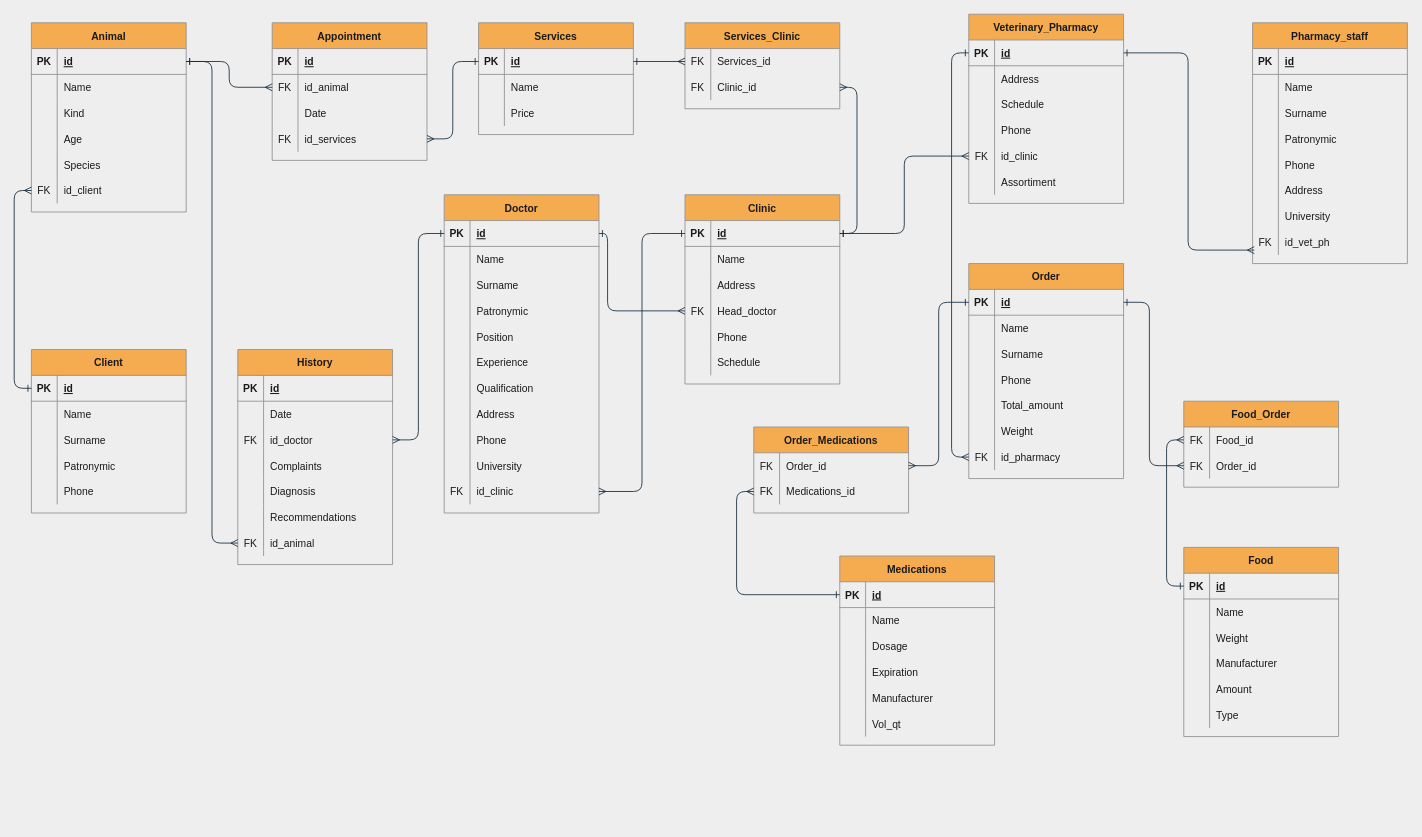
Before: Untitled Diagram.drawio in 21shunya/vet, a draw.io diagram. Source tidied: cells renumbered, new cells numbered last; positions are measured from the earlier drawing's top-left corner, leaving out a move shared by most shapes. Both pictures are drawn from the tidied source at 86%, with x=0, y=0 at pixel (31, 14).
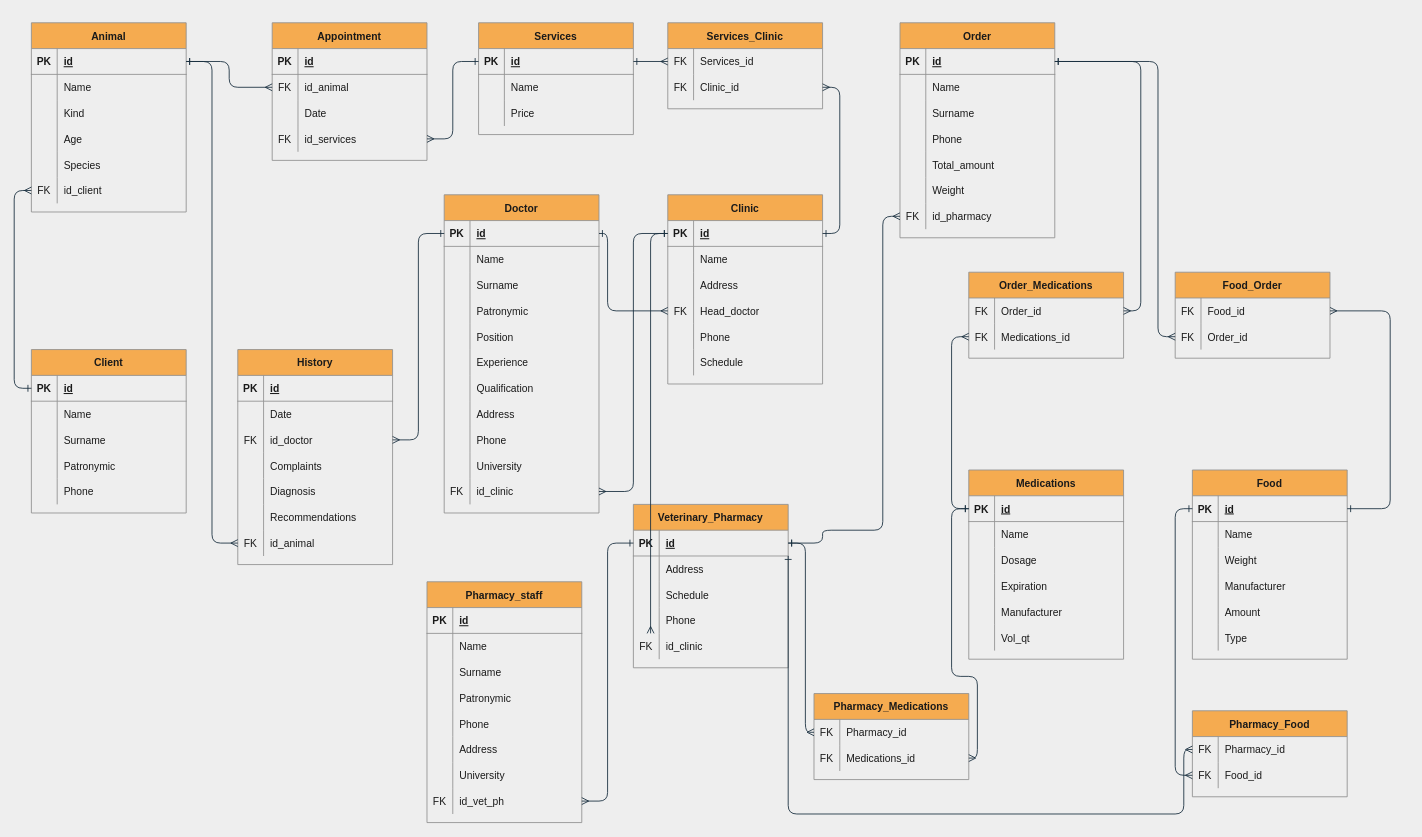
Above is the later version.

The change refers to these unchanged cells:
```xml
<mxCell id="94" style="shape=partialRectangle;fillColor=none;top=0;left=0;bottom=1;right=0;points=[[0,0.5],[1,0.5]];portConstraint=eastwest;strokeColor=#909090;fontColor=#1A1A1A;" parent="93" vertex="1">
  <mxGeometry y="30" width="180" height="30" as="geometry" />
</mxCell>
<mxCell id="143" style="shape=partialRectangle;fillColor=none;top=0;left=0;bottom=0;right=0;points=[[0,0.5],[1,0.5]];portConstraint=eastwest;strokeColor=#909090;fontColor=#1A1A1A;" parent="142" vertex="1">
  <mxGeometry y="30" width="180" height="30" as="geometry" />
</mxCell>
<mxCell id="150" style="shape=partialRectangle;fillColor=none;top=0;left=0;bottom=1;right=0;points=[[0,0.5],[1,0.5]];portConstraint=eastwest;strokeColor=#909090;fontColor=#1A1A1A;" parent="149" vertex="1">
  <mxGeometry y="30" width="180" height="30" as="geometry" />
</mxCell>
<mxCell id="162" style="shape=partialRectangle;fillColor=none;top=0;left=0;bottom=0;right=0;points=[[0,0.5],[1,0.5]];portConstraint=eastwest;strokeColor=#909090;fontColor=#1A1A1A;" parent="149" vertex="1">
  <mxGeometry y="150" width="180" height="30" as="geometry" />
</mxCell>
<mxCell id="169" style="shape=partialRectangle;fillColor=none;top=0;left=0;bottom=0;right=0;points=[[0,0.5],[1,0.5]];portConstraint=eastwest;strokeColor=#909090;fontColor=#1A1A1A;" parent="168" vertex="1">
  <mxGeometry y="30" width="180" height="30" as="geometry" />
</mxCell>
<mxCell id="172" style="shape=partialRectangle;fillColor=none;top=0;left=0;bottom=0;right=0;points=[[0,0.5],[1,0.5]];portConstraint=eastwest;strokeColor=#909090;fontColor=#1A1A1A;" parent="168" vertex="1">
  <mxGeometry y="60" width="180" height="30" as="geometry" />
</mxCell>
<mxCell id="197" style="shape=partialRectangle;fillColor=none;top=0;left=0;bottom=0;right=0;points=[[0,0.5],[1,0.5]];portConstraint=eastwest;strokeColor=#909090;fontColor=#1A1A1A;" parent="175" vertex="1">
  <mxGeometry y="240" width="180" height="30" as="geometry" />
</mxCell>
<mxCell id="201" style="shape=partialRectangle;fillColor=none;top=0;left=0;bottom=1;right=0;points=[[0,0.5],[1,0.5]];portConstraint=eastwest;strokeColor=#909090;fontColor=#1A1A1A;" parent="200" vertex="1">
  <mxGeometry y="30" width="180" height="30" as="geometry" />
</mxCell>
<mxCell id="219" style="shape=partialRectangle;fillColor=none;top=0;left=0;bottom=0;right=0;points=[[0,0.5],[1,0.5]];portConstraint=eastwest;strokeColor=#909090;fontColor=#1A1A1A;" parent="200" vertex="1">
  <mxGeometry y="210" width="180" height="30" as="geometry" />
</mxCell>
<mxCell id="223" style="shape=partialRectangle;fillColor=none;top=0;left=0;bottom=1;right=0;points=[[0,0.5],[1,0.5]];portConstraint=eastwest;strokeColor=#909090;fontColor=#1A1A1A;" parent="222" vertex="1">
  <mxGeometry y="30" width="180" height="30" as="geometry" />
</mxCell>
<mxCell id="253" style="shape=partialRectangle;fillColor=none;top=0;left=0;bottom=1;right=0;points=[[0,0.5],[1,0.5]];portConstraint=eastwest;strokeColor=#909090;fontColor=#1A1A1A;" parent="252" vertex="1">
  <mxGeometry y="30" width="180" height="30" as="geometry" />
</mxCell>
```

What changed in the source:
```diff
@@
     <mxCell id="93" value="Clinic" style="shape=table;startSize=30;childLayout=tableLayout;rowLines=0;fontStyle=1;align=center;fillColor=#F5AB50;strokeColor=#909090;fontColor=#1A1A1A;" parent="1" vertex="1">
-      <mxGeometry x="760" y="210" width="180" height="220" as="geometry" />
+      <mxGeometry x="740" y="210" width="180" height="220" as="geometry" />
     </mxCell>
@@
     <mxCell id="112" value="Services_Clinic" style="shape=table;startSize=30;childLayout=tableLayout;rowLines=0;fontStyle=1;align=center;fillColor=#F5AB50;strokeColor=#909090;fontColor=#1A1A1A;" parent="1" vertex="1">
-      <mxGeometry x="760" y="10" width="180" height="100" as="geometry" />
+      <mxGeometry x="740" y="10" width="180" height="100" as="geometry" />
     </mxCell>
@@
     <mxCell id="142" value="Order_Medications" style="shape=table;startSize=30;childLayout=tableLayout;rowLines=0;fontStyle=1;align=center;fillColor=#F5AB50;strokeColor=#909090;fontColor=#1A1A1A;" parent="1" vertex="1">
-      <mxGeometry x="840" y="480" width="180" height="100" as="geometry" />
+      <mxGeometry x="1090" y="300" width="180" height="100" as="geometry" />
     </mxCell>
@@
     <mxCell id="149" value="Veterinary_Pharmacy" style="shape=table;startSize=30;childLayout=tableLayout;rowLines=0;fontStyle=1;align=center;fillColor=#F5AB50;strokeColor=#909090;fontColor=#1A1A1A;" parent="1" vertex="1">
-      <mxGeometry x="1090" width="180" height="220" as="geometry" />
+      <mxGeometry x="700" y="570" width="180" height="190" as="geometry" />
     </mxCell>
@@
-    <mxCell id="165" style="shape=partialRectangle;fillColor=none;top=0;left=0;bottom=0;right=0;strokeColor=#909090;fontColor=#1A1A1A;" parent="149" vertex="1">
-      <mxGeometry y="180" width="180" height="30" as="geometry" />
-    </mxCell>
-    <mxCell id="166" style="shape=partialRectangle;fillColor=none;top=0;left=0;bottom=0;right=0;overflow=hidden;strokeColor=#909090;fontColor=#1A1A1A;" parent="165" vertex="1">
-      <mxGeometry width="30" height="30" as="geometry" />
-    </mxCell>
-    <mxCell id="167" value="Assortiment" style="shape=partialRectangle;fillColor=none;top=0;left=0;bottom=0;right=0;align=left;spacingLeft=6;overflow=hidden;strokeColor=#909090;fontColor=#1A1A1A;" parent="165" vertex="1">
-      <mxGeometry x="30" width="150" height="30" as="geometry" />
-    </mxCell>
     <mxCell id="168" value="Food_Order" style="shape=table;startSize=30;childLayout=tableLayout;rowLines=0;fontStyle=1;align=center;fillColor=#F5AB50;strokeColor=#909090;fontColor=#1A1A1A;" parent="1" vertex="1">
-      <mxGeometry x="1340" y="450" width="180" height="100" as="geometry" />
+      <mxGeometry x="1330" y="300" width="180" height="100" as="geometry" />
     </mxCell>
@@
     <mxCell id="175" value="Pharmacy_staff" style="shape=table;startSize=30;childLayout=tableLayout;rowLines=0;fontStyle=1;align=center;fillColor=#F5AB50;strokeColor=#909090;fontColor=#1A1A1A;" parent="1" vertex="1">
-      <mxGeometry x="1420" y="10" width="180" height="280" as="geometry" />
+      <mxGeometry x="460" y="660" width="180" height="280" as="geometry" />
     </mxCell>
@@
     <mxCell id="200" value="Order" style="shape=table;startSize=30;childLayout=tableLayout;rowLines=0;fontStyle=1;align=center;fillColor=#F5AB50;strokeColor=#909090;fontColor=#1A1A1A;" parent="1" vertex="1">
-      <mxGeometry x="1090" y="290" width="180" height="250" as="geometry" />
+      <mxGeometry x="1010" y="10" width="180" height="250" as="geometry" />
     </mxCell>
@@
     <mxCell id="222" value="Food" style="shape=table;startSize=30;childLayout=tableLayout;rowLines=0;fontStyle=1;align=center;fillColor=#F5AB50;strokeColor=#909090;fontColor=#1A1A1A;" parent="1" vertex="1">
-      <mxGeometry x="1340" y="620" width="180" height="220" as="geometry" />
+      <mxGeometry x="1350" y="530" width="180" height="220" as="geometry" />
     </mxCell>
@@
     <mxCell id="250" style="edgeStyle=orthogonalEdgeStyle;curved=0;rounded=1;sketch=0;jettySize=auto;html=1;fontColor=#1A1A1A;startArrow=ERone;startFill=0;endArrow=ERmany;endFill=0;strokeColor=#182E3E;" parent="1" edge="1" source="94" target="162">
-      <mxGeometry relative="1" as="geometry" />
+      <mxGeometry relative="1" as="geometry">
+        <Array as="points">
+          <mxPoint x="720" y="255" />
+          <mxPoint x="720" y="735" />
+        </Array>
+      </mxGeometry>
     </mxCell>
-    <mxCell id="251" style="edgeStyle=orthogonalEdgeStyle;curved=0;rounded=1;sketch=0;jettySize=auto;html=1;entryX=0.011;entryY=0.811;entryDx=0;entryDy=0;entryPerimeter=0;fontColor=#1A1A1A;startArrow=ERone;startFill=0;endArrow=ERmany;endFill=0;strokeColor=#182E3E;" parent="1" edge="1" source="150" target="197">
+    <mxCell id="251" style="edgeStyle=orthogonalEdgeStyle;curved=0;rounded=1;sketch=0;jettySize=auto;html=1;fontColor=#1A1A1A;startArrow=ERone;startFill=0;endArrow=ERmany;endFill=0;strokeColor=#182E3E;" parent="1" edge="1" source="150" target="197">
       <mxGeometry relative="1" as="geometry" />
     </mxCell>
     <mxCell id="252" value="Medications" style="shape=table;startSize=30;childLayout=tableLayout;rowLines=0;fontStyle=1;align=center;fillColor=#F5AB50;strokeColor=#909090;fontColor=#1A1A1A;" parent="1" vertex="1">
-      <mxGeometry x="940" y="630" width="180" height="220" as="geometry" />
+      <mxGeometry x="1090" y="530" width="180" height="220" as="geometry" />
     </mxCell>
@@
-    <mxCell id="271" style="edgeStyle=orthogonalEdgeStyle;curved=0;rounded=1;sketch=0;jettySize=auto;html=1;entryX=0;entryY=0.5;entryDx=0;entryDy=0;fontColor=#1A1A1A;startArrow=ERone;startFill=0;endArrow=ERmany;endFill=0;strokeColor=#182E3E;" parent="1" edge="1" source="201" target="172">
-      <mxGeometry relative="1" as="geometry">
-        <Array as="points">
-          <mxPoint x="1300" y="335" />
-          <mxPoint x="1300" y="525" />
-        </Array>
-      </mxGeometry>
-    </mxCell>
-    <mxCell id="272" style="edgeStyle=orthogonalEdgeStyle;curved=0;rounded=1;sketch=0;jettySize=auto;html=1;entryX=1;entryY=0.5;entryDx=0;entryDy=0;fontColor=#1A1A1A;startArrow=ERone;startFill=0;endArrow=ERmany;endFill=0;strokeColor=#182E3E;" parent="1" edge="1" source="201" target="143">
-      <mxGeometry relative="1" as="geometry" />
+    <mxCell id="272" style="edgeStyle=orthogonalEdgeStyle;curved=0;rounded=1;sketch=0;jettySize=auto;html=1;fontColor=#1A1A1A;startArrow=ERone;startFill=0;endArrow=ERmany;endFill=0;strokeColor=#182E3E;" parent="1" edge="1" source="201" target="143">
+      <mxGeometry relative="1" as="geometry">
+        <Array as="points">
+          <mxPoint x="1290" y="55" />
+          <mxPoint x="1290" y="345" />
+        </Array>
+      </mxGeometry>
     </mxCell>
-    <mxCell id="273" style="edgeStyle=orthogonalEdgeStyle;curved=0;rounded=1;sketch=0;jettySize=auto;html=1;entryX=0;entryY=0.5;entryDx=0;entryDy=0;fontColor=#1A1A1A;startArrow=ERone;startFill=0;endArrow=ERmany;endFill=0;strokeColor=#182E3E;" parent="1" edge="1" source="223" target="169">
-      <mxGeometry relative="1" as="geometry" />
+    <mxCell id="273" style="edgeStyle=orthogonalEdgeStyle;curved=0;rounded=1;sketch=0;jettySize=auto;html=1;entryX=1;entryY=0.5;entryDx=0;entryDy=0;fontColor=#1A1A1A;startArrow=ERone;startFill=0;endArrow=ERmany;endFill=0;strokeColor=#182E3E;" parent="1" edge="1" source="223" target="169">
+      <mxGeometry relative="1" as="geometry">
+        <Array as="points">
+          <mxPoint x="1580" y="575" />
+          <mxPoint x="1580" y="345" />
+        </Array>
+      </mxGeometry>
     </mxCell>
@@
     <mxCell id="275" style="edgeStyle=orthogonalEdgeStyle;curved=0;rounded=1;sketch=0;jettySize=auto;html=1;fontColor=#1A1A1A;startArrow=ERone;startFill=0;endArrow=ERmany;endFill=0;strokeColor=#182E3E;entryX=0;entryY=0.5;entryDx=0;entryDy=0;" parent="1" edge="1" source="150" target="219">
-      <mxGeometry relative="1" as="geometry" />
+      <mxGeometry relative="1" as="geometry">
+        <Array as="points">
+          <mxPoint x="920" y="615" />
+          <mxPoint x="920" y="600" />
+          <mxPoint x="990" y="600" />
+          <mxPoint x="990" y="235" />
+        </Array>
+      </mxGeometry>
     </mxCell>
+    <mxCell id="276" value="Pharmacy_Food" style="shape=table;startSize=30;childLayout=tableLayout;rowLines=0;fontStyle=1;align=center;fillColor=#F5AB50;strokeColor=#909090;fontColor=#1A1A1A;" parent="1" vertex="1">
+      <mxGeometry x="1350" y="810" width="180" height="100" as="geometry" />
+    </mxCell>
+    <mxCell id="277" style="shape=partialRectangle;fillColor=none;top=0;left=0;bottom=0;right=0;points=[[0,0.5],[1,0.5]];portConstraint=eastwest;strokeColor=#909090;fontColor=#1A1A1A;" parent="276" vertex="1">
+      <mxGeometry y="30" width="180" height="30" as="geometry" />
+    </mxCell>
+    <mxCell id="278" value="FK" style="shape=partialRectangle;fillColor=none;top=0;left=0;bottom=0;right=0;overflow=hidden;strokeColor=#909090;fontColor=#1A1A1A;" parent="277" vertex="1">
+      <mxGeometry width="30" height="30" as="geometry" />
+    </mxCell>
+    <mxCell id="279" value="Pharmacy_id" style="shape=partialRectangle;fillColor=none;top=0;left=0;bottom=0;right=0;align=left;spacingLeft=6;overflow=hidden;strokeColor=#909090;fontColor=#1A1A1A;" parent="277" vertex="1">
+      <mxGeometry x="30" width="150" height="30" as="geometry" />
+    </mxCell>
+    <mxCell id="280" style="shape=partialRectangle;fillColor=none;top=0;left=0;bottom=0;right=0;points=[[0,0.5],[1,0.5]];portConstraint=eastwest;strokeColor=#909090;fontColor=#1A1A1A;" parent="276" vertex="1">
+      <mxGeometry y="60" width="180" height="30" as="geometry" />
+    </mxCell>
+    <mxCell id="281" value="FK" style="shape=partialRectangle;fillColor=none;top=0;left=0;bottom=0;right=0;overflow=hidden;strokeColor=#909090;fontColor=#1A1A1A;" parent="280" vertex="1">
+      <mxGeometry width="30" height="30" as="geometry" />
+    </mxCell>
+    <mxCell id="282" value="Food_id" style="shape=partialRectangle;fillColor=none;top=0;left=0;bottom=0;right=0;align=left;spacingLeft=6;overflow=hidden;strokeColor=#909090;fontColor=#1A1A1A;" parent="280" vertex="1">
+      <mxGeometry x="30" width="150" height="30" as="geometry" />
+    </mxCell>
+    <mxCell id="283" value="Pharmacy_Medications" style="shape=table;startSize=30;childLayout=tableLayout;rowLines=0;fontStyle=1;align=center;fillColor=#F5AB50;strokeColor=#909090;fontColor=#1A1A1A;" parent="1" vertex="1">
+      <mxGeometry x="910" y="790" width="180" height="100" as="geometry" />
+    </mxCell>
+    <mxCell id="284" style="shape=partialRectangle;fillColor=none;top=0;left=0;bottom=0;right=0;points=[[0,0.5],[1,0.5]];portConstraint=eastwest;strokeColor=#909090;fontColor=#1A1A1A;" parent="283" vertex="1">
+      <mxGeometry y="30" width="180" height="30" as="geometry" />
+    </mxCell>
+    <mxCell id="285" value="FK" style="shape=partialRectangle;fillColor=none;top=0;left=0;bottom=0;right=0;overflow=hidden;strokeColor=#909090;fontColor=#1A1A1A;" parent="284" vertex="1">
+      <mxGeometry width="30" height="30" as="geometry" />
+    </mxCell>
+    <mxCell id="286" value="Pharmacy_id" style="shape=partialRectangle;fillColor=none;top=0;left=0;bottom=0;right=0;align=left;spacingLeft=6;overflow=hidden;strokeColor=#909090;fontColor=#1A1A1A;" parent="284" vertex="1">
+      <mxGeometry x="30" width="150" height="30" as="geometry" />
+    </mxCell>
+    <mxCell id="287" style="shape=partialRectangle;fillColor=none;top=0;left=0;bottom=0;right=0;points=[[0,0.5],[1,0.5]];portConstraint=eastwest;strokeColor=#909090;fontColor=#1A1A1A;" parent="283" vertex="1">
+      <mxGeometry y="60" width="180" height="30" as="geometry" />
+    </mxCell>
+    <mxCell id="288" value="FK" style="shape=partialRectangle;fillColor=none;top=0;left=0;bottom=0;right=0;overflow=hidden;strokeColor=#909090;fontColor=#1A1A1A;" parent="287" vertex="1">
+      <mxGeometry width="30" height="30" as="geometry" />
+    </mxCell>
+    <mxCell id="289" value="Medications_id" style="shape=partialRectangle;fillColor=none;top=0;left=0;bottom=0;right=0;align=left;spacingLeft=6;overflow=hidden;strokeColor=#909090;fontColor=#1A1A1A;" parent="287" vertex="1">
+      <mxGeometry x="30" width="150" height="30" as="geometry" />
+    </mxCell>
+    <mxCell id="290" style="edgeStyle=orthogonalEdgeStyle;curved=0;rounded=1;sketch=0;jettySize=auto;html=1;entryX=0;entryY=0.5;entryDx=0;entryDy=0;fontColor=#1A1A1A;startArrow=ERone;startFill=0;endArrow=ERmany;endFill=0;strokeColor=#182E3E;" parent="1" edge="1" source="150" target="284">
+      <mxGeometry relative="1" as="geometry">
+        <Array as="points">
+          <mxPoint x="900" y="615" />
+          <mxPoint x="900" y="835" />
+        </Array>
+      </mxGeometry>
+    </mxCell>
+    <mxCell id="291" style="edgeStyle=orthogonalEdgeStyle;curved=0;rounded=1;sketch=0;jettySize=auto;html=1;entryX=0;entryY=0.5;entryDx=0;entryDy=0;fontColor=#1A1A1A;startArrow=ERone;startFill=0;endArrow=ERmany;endFill=0;strokeColor=#182E3E;" parent="1" edge="1" source="223" target="280">
+      <mxGeometry relative="1" as="geometry" />
+    </mxCell>
+    <mxCell id="271" style="edgeStyle=orthogonalEdgeStyle;curved=0;rounded=1;sketch=0;jettySize=auto;html=1;entryX=0;entryY=0.5;entryDx=0;entryDy=0;fontColor=#1A1A1A;startArrow=ERone;startFill=0;endArrow=ERmany;endFill=0;strokeColor=#182E3E;" parent="1" edge="1" source="201" target="172">
+      <mxGeometry relative="1" as="geometry">
+        <Array as="points">
+          <mxPoint x="1310" y="55" />
+          <mxPoint x="1310" y="375" />
+        </Array>
+      </mxGeometry>
+    </mxCell>
+    <mxCell id="292" style="edgeStyle=orthogonalEdgeStyle;curved=0;rounded=1;sketch=0;jettySize=auto;html=1;entryX=0;entryY=0.5;entryDx=0;entryDy=0;fontColor=#1A1A1A;startArrow=ERone;startFill=0;endArrow=ERmany;endFill=0;strokeColor=#182E3E;" parent="1" edge="1" source="150" target="277">
+      <mxGeometry relative="1" as="geometry">
+        <Array as="points">
+          <mxPoint x="880" y="930" />
+          <mxPoint x="1340" y="930" />
+          <mxPoint x="1340" y="855" />
+        </Array>
+      </mxGeometry>
+    </mxCell>
+    <mxCell id="293" style="edgeStyle=orthogonalEdgeStyle;curved=0;rounded=1;sketch=0;jettySize=auto;html=1;fontColor=#1A1A1A;startArrow=ERone;startFill=0;endArrow=ERmany;endFill=0;strokeColor=#182E3E;" parent="1" edge="1" source="253" target="287">
+      <mxGeometry relative="1" as="geometry">
+        <Array as="points">
+          <mxPoint x="1070" y="575" />
+          <mxPoint x="1070" y="770" />
+          <mxPoint x="1100" y="770" />
+          <mxPoint x="1100" y="865" />
+        </Array>
+      </mxGeometry>
+    </mxCell>
```
